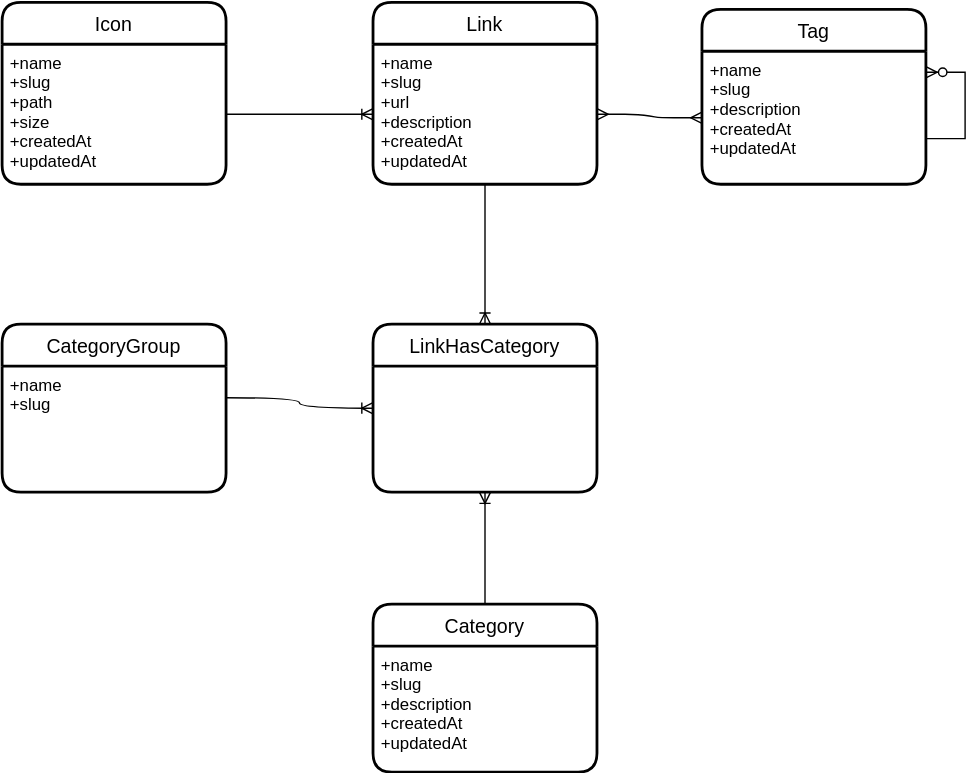
The draw.io diagram public/files/mcd.drawio.svg in Koched92/FrenchCom, before a commit. Source tidied: cells renumbered, new cells last; positions are measured from the earlier drawing's top-left corner, leaving out a move shared by most shapes. The source it was exported from:
```xml
<mxGraphModel>
  <root>
    <mxCell id="0" />
    <mxCell id="1" parent="0" />
    <mxCell id="2" value="Link" style="swimlane;horizontal=1;startSize=30;rounded=1;fontSize=14;fontStyle=0;strokeWidth=2;shadow=0;dashed=0;align=center;" parent="1" vertex="1">
      <mxGeometry x="265" width="160" height="130" as="geometry" />
    </mxCell>
    <mxCell id="3" value="+name&#10;+slug&#10;+url&#10;+description&#10;+createdAt&#10;+updatedAt" style="align=left;strokeColor=none;fillColor=none;spacingLeft=4;fontSize=12;verticalAlign=top;" parent="2" vertex="1">
      <mxGeometry y="30" width="160" height="100" as="geometry" />
    </mxCell>
    <mxCell id="4" value="Tag" style="swimlane;horizontal=1;startSize=30;rounded=1;fontSize=14;fontStyle=0;strokeWidth=2;shadow=0;dashed=0;align=center;" parent="1" vertex="1">
      <mxGeometry x="500" y="5" width="160" height="125" as="geometry" />
    </mxCell>
    <mxCell id="5" value="+name&#10;+slug&#10;+description&#10;+createdAt&#10;+updatedAt" style="align=left;strokeColor=none;fillColor=none;spacingLeft=4;fontSize=12;verticalAlign=top;" parent="4" vertex="1">
      <mxGeometry y="30" width="160" height="95" as="geometry" />
    </mxCell>
    <mxCell id="6" value="Icon" style="swimlane;horizontal=1;startSize=30;rounded=1;fontSize=14;fontStyle=0;strokeWidth=2;shadow=0;dashed=0;align=center;" parent="1" vertex="1">
      <mxGeometry width="160" height="130" as="geometry" />
    </mxCell>
    <mxCell id="7" value="+name&#10;+slug&#10;+path&#10;+size&#10;+createdAt&#10;+updatedAt" style="align=left;strokeColor=none;fillColor=none;spacingLeft=4;fontSize=12;verticalAlign=top;" parent="6" vertex="1">
      <mxGeometry y="30" width="160" height="100" as="geometry" />
    </mxCell>
    <mxCell id="8" value="LinkHasCategory" style="swimlane;horizontal=1;startSize=30;rounded=1;fontSize=14;fontStyle=0;strokeWidth=2;shadow=0;dashed=0;align=center;fillColor=default;" parent="1" vertex="1">
      <mxGeometry x="265" y="230" width="160" height="120" as="geometry" />
    </mxCell>
    <mxCell id="9" value="Category" style="swimlane;horizontal=1;startSize=30;rounded=1;fontSize=14;fontStyle=0;strokeWidth=2;shadow=0;dashed=0;align=center;" parent="1" vertex="1">
      <mxGeometry x="265" y="430" width="160" height="120" as="geometry" />
    </mxCell>
    <mxCell id="10" value="+name&#10;+slug&#10;+description&#10;+createdAt&#10;+updatedAt" style="align=left;strokeColor=none;fillColor=none;spacingLeft=4;fontSize=12;verticalAlign=top;" parent="9" vertex="1">
      <mxGeometry y="30" width="160" height="90" as="geometry" />
    </mxCell>
    <mxCell id="11" value="CategoryGroup" style="swimlane;horizontal=1;startSize=30;rounded=1;fontSize=14;fontStyle=0;strokeWidth=2;shadow=0;dashed=0;align=center;" parent="1" vertex="1">
      <mxGeometry y="230" width="160" height="120" as="geometry" />
    </mxCell>
    <mxCell id="12" value="+name&#10;+slug" style="align=left;strokeColor=none;fillColor=none;spacingLeft=4;fontSize=12;verticalAlign=top;" parent="11" vertex="1">
      <mxGeometry y="30" width="160" height="90" as="geometry" />
    </mxCell>
    <mxCell id="13" style="edgeStyle=entityRelationEdgeStyle;fontSize=12;html=1;endArrow=ERmany;startArrow=ERmany;entryX=0;entryY=0.5;entryDx=0;entryDy=0;exitX=1;exitY=0.5;exitDx=0;exitDy=0;rounded=1;" parent="1" edge="1" source="3" target="5">
      <mxGeometry relative="1" as="geometry" />
    </mxCell>
    <mxCell id="14" style="edgeStyle=entityRelationEdgeStyle;fontSize=12;html=1;endArrow=ERoneToMany;rounded=1;exitX=1;exitY=0.5;exitDx=0;exitDy=0;entryX=0;entryY=0.5;entryDx=0;entryDy=0;" parent="1" edge="1" source="7" target="3">
      <mxGeometry relative="1" as="geometry" />
    </mxCell>
    <mxCell id="15" style="fontSize=12;html=1;endArrow=ERoneToMany;rounded=1;exitX=0.5;exitY=1;exitDx=0;exitDy=0;entryX=0.5;entryY=0;entryDx=0;entryDy=0;" parent="1" edge="1" source="3" target="8">
      <mxGeometry relative="1" as="geometry" />
    </mxCell>
    <mxCell id="16" style="fontSize=12;html=1;endArrow=ERoneToMany;rounded=1;exitX=1;exitY=0.25;exitDx=0;exitDy=0;entryX=0;entryY=0.5;entryDx=0;entryDy=0;edgeStyle=orthogonalEdgeStyle;curved=1;" parent="1" edge="1" source="12" target="8">
      <mxGeometry relative="1" as="geometry" />
    </mxCell>
    <mxCell id="17" style="fontSize=12;html=1;endArrow=ERoneToMany;rounded=1;exitX=0.5;exitY=0;exitDx=0;exitDy=0;entryX=0.5;entryY=1;entryDx=0;entryDy=0;" parent="1" edge="1" source="9" target="8">
      <mxGeometry relative="1" as="geometry" />
    </mxCell>
    <mxCell id="18" style="edgeStyle=orthogonalEdgeStyle;fontSize=12;html=1;endArrow=ERzeroToMany;endFill=1;rounded=0;exitX=1.013;exitY=0.638;exitDx=0;exitDy=0;exitPerimeter=0;" parent="1" edge="1">
      <mxGeometry relative="1" as="geometry">
        <mxPoint x="660.1" y="97.4" as="sourcePoint" />
        <mxPoint x="660" y="50" as="targetPoint" />
        <Array as="points">
          <mxPoint x="688" y="97" />
          <mxPoint x="688" y="50" />
        </Array>
      </mxGeometry>
    </mxCell>
  </root>
</mxGraphModel>
```
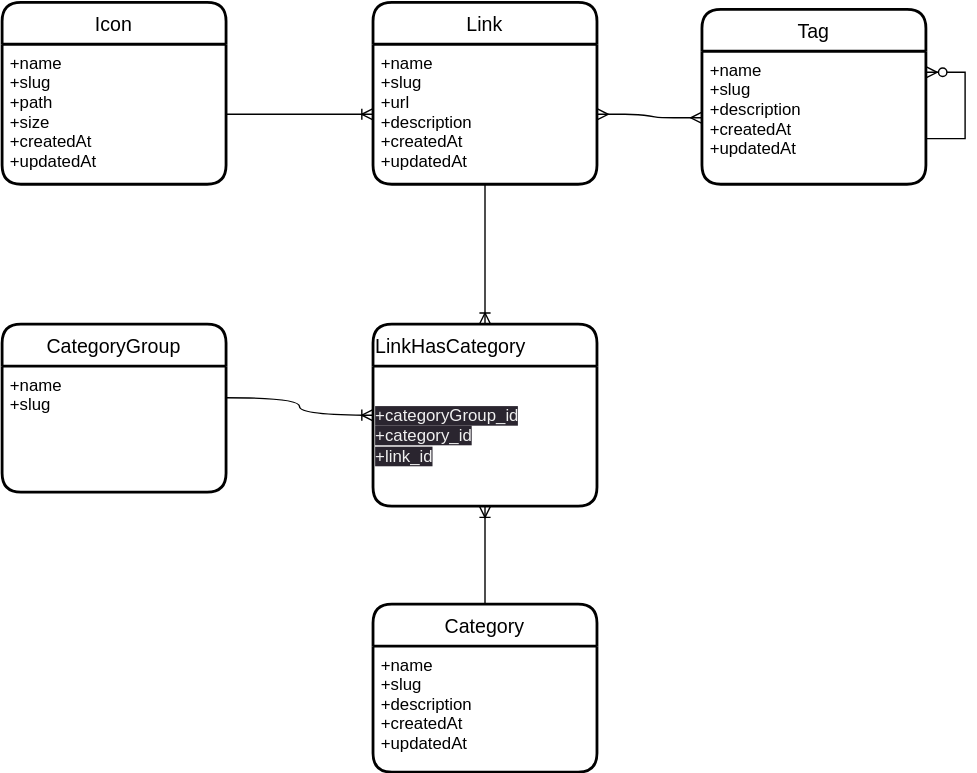
Above is the later version.

Commit message:
Easyadmin AutoDetect favicon from Links, associated form category/links

Diff of the diagram source:
```diff
@@ -20,9 +20,12 @@
     <mxCell id="7" value="+name&#10;+slug&#10;+path&#10;+size&#10;+createdAt&#10;+updatedAt" style="align=left;strokeColor=none;fillColor=none;spacingLeft=4;fontSize=12;verticalAlign=top;" parent="6" vertex="1">
       <mxGeometry y="30" width="160" height="100" as="geometry" />
     </mxCell>
-    <mxCell id="8" value="LinkHasCategory" style="swimlane;horizontal=1;startSize=30;rounded=1;fontSize=14;fontStyle=0;strokeWidth=2;shadow=0;dashed=0;align=center;fillColor=default;" parent="1" vertex="1">
-      <mxGeometry x="265" y="230" width="160" height="120" as="geometry" />
+    <mxCell id="8" value="LinkHasCategory" style="swimlane;horizontal=1;startSize=30;rounded=1;fontSize=14;fontStyle=0;strokeWidth=2;shadow=0;dashed=0;align=left;fillColor=default;" parent="1" vertex="1">
+      <mxGeometry x="265" y="230" width="160" height="130" as="geometry" />
     </mxCell>
+    <mxCell id="19" value="&lt;span style=&quot;color: rgb(240, 240, 240); font-family: Helvetica; font-size: 12px; font-style: normal; font-variant-ligatures: normal; font-variant-caps: normal; font-weight: 400; letter-spacing: normal; orphans: 2; text-indent: 0px; text-transform: none; widows: 2; word-spacing: 0px; -webkit-text-stroke-width: 0px; background-color: rgb(42, 37, 47); text-decoration-thickness: initial; text-decoration-style: initial; text-decoration-color: initial; float: none; display: inline !important;&quot;&gt;+categoryGroup_id&lt;/span&gt;&lt;br style=&quot;border-color: rgb(0, 0, 0); padding: 0px; margin: 0px; color: rgb(240, 240, 240); font-family: Helvetica; font-size: 12px; font-style: normal; font-variant-ligatures: normal; font-variant-caps: normal; font-weight: 400; letter-spacing: normal; orphans: 2; text-indent: 0px; text-transform: none; widows: 2; word-spacing: 0px; -webkit-text-stroke-width: 0px; background-color: rgb(42, 37, 47); text-decoration-thickness: initial; text-decoration-style: initial; text-decoration-color: initial;&quot;&gt;&lt;span style=&quot;color: rgb(240, 240, 240); font-family: Helvetica; font-size: 12px; font-style: normal; font-variant-ligatures: normal; font-variant-caps: normal; font-weight: 400; letter-spacing: normal; orphans: 2; text-indent: 0px; text-transform: none; widows: 2; word-spacing: 0px; -webkit-text-stroke-width: 0px; background-color: rgb(42, 37, 47); text-decoration-thickness: initial; text-decoration-style: initial; text-decoration-color: initial; float: none; display: inline !important;&quot;&gt;+category_id&lt;/span&gt;&lt;br style=&quot;border-color: rgb(0, 0, 0); padding: 0px; margin: 0px; color: rgb(240, 240, 240); font-family: Helvetica; font-size: 12px; font-style: normal; font-variant-ligatures: normal; font-variant-caps: normal; font-weight: 400; letter-spacing: normal; orphans: 2; text-indent: 0px; text-transform: none; widows: 2; word-spacing: 0px; -webkit-text-stroke-width: 0px; background-color: rgb(42, 37, 47); text-decoration-thickness: initial; text-decoration-style: initial; text-decoration-color: initial;&quot;&gt;&lt;span style=&quot;color: rgb(240, 240, 240); font-family: Helvetica; font-size: 12px; font-style: normal; font-variant-ligatures: normal; font-variant-caps: normal; font-weight: 400; letter-spacing: normal; orphans: 2; text-indent: 0px; text-transform: none; widows: 2; word-spacing: 0px; -webkit-text-stroke-width: 0px; background-color: rgb(42, 37, 47); text-decoration-thickness: initial; text-decoration-style: initial; text-decoration-color: initial; float: none; display: inline !important;&quot;&gt;+link_id&lt;/span&gt;&lt;br style=&quot;border-color: rgb(0, 0, 0); padding: 0px; margin: 0px; color: rgb(240, 240, 240); font-family: Helvetica; font-size: 12px; font-style: normal; font-variant-ligatures: normal; font-variant-caps: normal; font-weight: 400; letter-spacing: normal; orphans: 2; text-indent: 0px; text-transform: none; widows: 2; word-spacing: 0px; -webkit-text-stroke-width: 0px; background-color: rgb(42, 37, 47); text-decoration-thickness: initial; text-decoration-style: initial; text-decoration-color: initial;&quot;&gt;" style="text;html=1;align=left;verticalAlign=middle;strokeColor=none;fillColor=none;" parent="8" vertex="1">
+      <mxGeometry y="30" width="160" height="100" as="geometry" />
+    </mxCell>
     <mxCell id="9" value="Category" style="swimlane;horizontal=1;startSize=30;rounded=1;fontSize=14;fontStyle=0;strokeWidth=2;shadow=0;dashed=0;align=center;" parent="1" vertex="1">
       <mxGeometry x="265" y="430" width="160" height="120" as="geometry" />
     </mxCell>
```
